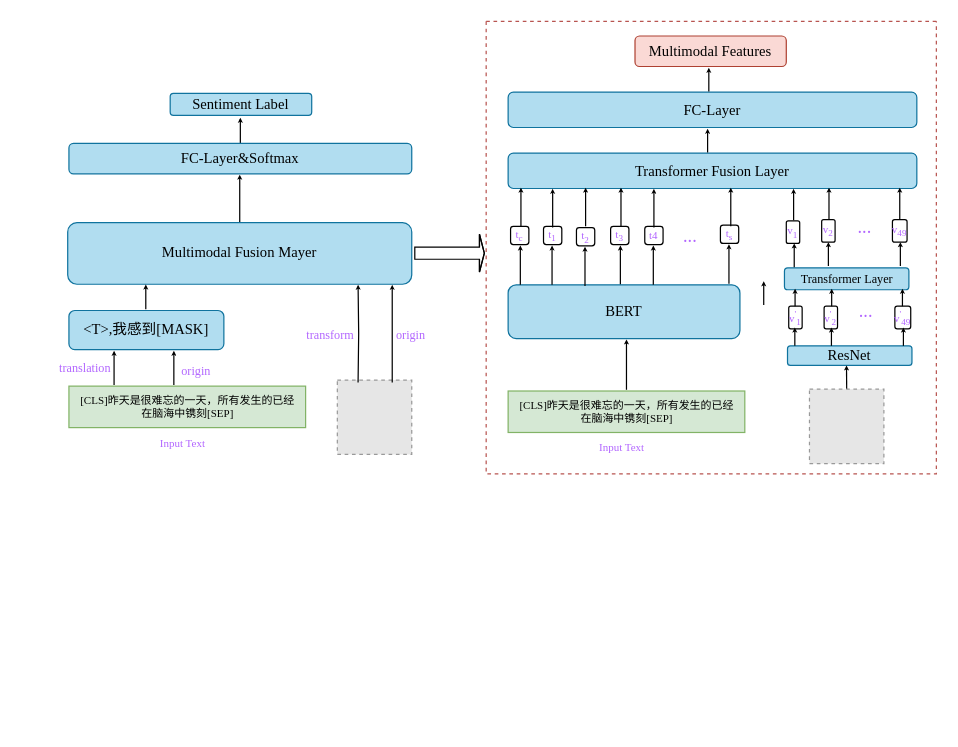
Above: 模型架构图.drawio in WindSearcher/draw_reposity (draw.io), before the change. Source tidied: cells renumbered, new cells numbered last; positions are measured from the earlier drawing's top-left corner, leaving out a move shared by most shapes. Both pictures are drawn from the tidied source at 122%, with x=0, y=0 at pixel (48, 21). Pictures stored in the file or linked from it are replaced by grey dashed boxes.
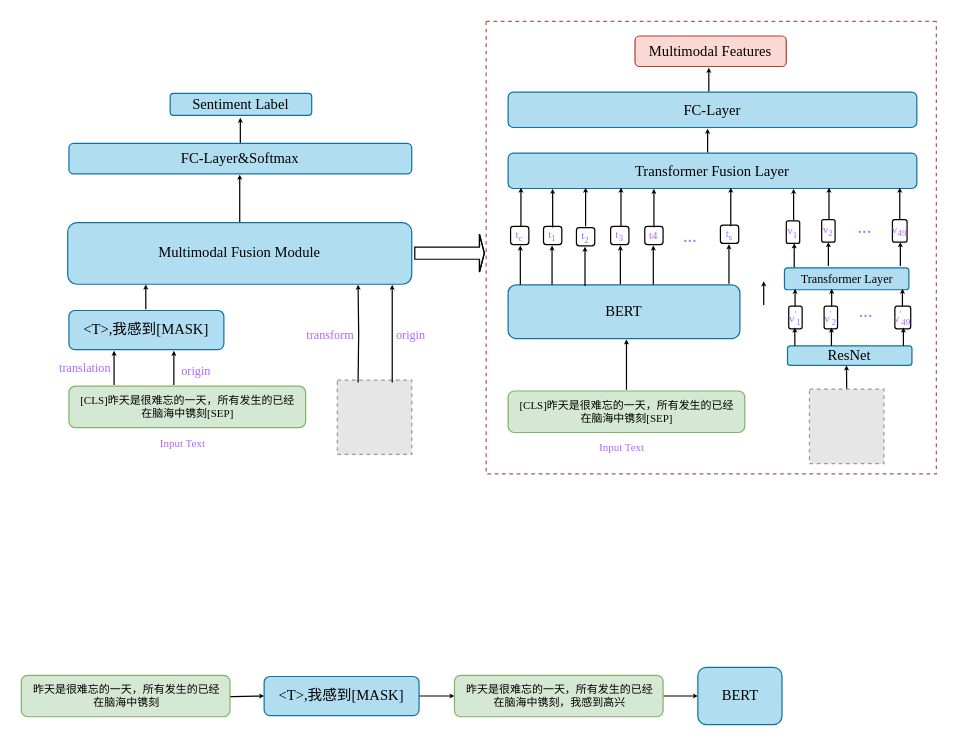
After the change.

Commit message:
模型架构图.drawio

The edit, as a diff of the source:
```diff
@@
-    <mxCell id="6" value="&lt;div style=&quot;font-size: 9px;&quot;&gt;&lt;font style=&quot;font-size: 9px;&quot;&gt;[CLS]昨天是很难忘的一天，所有发生的已经&lt;/font&gt;&lt;/div&gt;&lt;div style=&quot;font-size: 9px;&quot;&gt;&lt;font style=&quot;font-size: 9px;&quot;&gt;在脑海中镌刻[SEP]&lt;/font&gt;&lt;/div&gt;" style="text;html=1;align=center;verticalAlign=middle;fillColor=#d5e8d4;strokeColor=#82b366;rounded=0;fontFamily=Times New Roman;fontSize=9;" parent="1" vertex="1">
+    <mxCell id="6" value="&lt;div style=&quot;font-size: 9px;&quot;&gt;&lt;font style=&quot;font-size: 9px;&quot;&gt;[CLS]昨天是很难忘的一天，所有发生的已经&lt;/font&gt;&lt;/div&gt;&lt;div style=&quot;font-size: 9px;&quot;&gt;&lt;font style=&quot;font-size: 9px;&quot;&gt;在脑海中镌刻[SEP]&lt;/font&gt;&lt;/div&gt;" style="text;html=1;align=center;verticalAlign=middle;fillColor=#d5e8d4;strokeColor=#82b366;rounded=1;fontFamily=Times New Roman;fontSize=9;" parent="1" vertex="1">
       <mxGeometry x="377" y="303" width="194" height="34" as="geometry" />
     </mxCell>
@@
-    <mxCell id="56" value="&lt;font face=&quot;Times New Roman&quot;&gt;Multimodal Fusion Mayer&lt;/font&gt;" style="rounded=1;whiteSpace=wrap;html=1;fillColor=#b1ddf0;strokeColor=#10739e;" parent="1" vertex="1">
+    <mxCell id="56" value="&lt;font face=&quot;Times New Roman&quot;&gt;Multimodal Fusion Module&lt;/font&gt;" style="rounded=1;whiteSpace=wrap;html=1;fillColor=#b1ddf0;strokeColor=#10739e;" parent="1" vertex="1">
       <mxGeometry x="16" y="165" width="282" height="50.5" as="geometry" />
     </mxCell>
-    <mxCell id="57" value="&lt;div style=&quot;font-size: 9px;&quot;&gt;&lt;font style=&quot;font-size: 9px;&quot;&gt;[CLS]昨天是很难忘的一天，所有发生的已经&lt;/font&gt;&lt;/div&gt;&lt;div style=&quot;font-size: 9px;&quot;&gt;&lt;font style=&quot;font-size: 9px;&quot;&gt;在脑海中镌刻[SEP]&lt;/font&gt;&lt;/div&gt;" style="text;html=1;align=center;verticalAlign=middle;fillColor=#d5e8d4;strokeColor=#82b366;rounded=0;fontFamily=Times New Roman;fontSize=9;" parent="1" vertex="1">
+    <mxCell id="57" value="&lt;div style=&quot;font-size: 9px;&quot;&gt;&lt;font style=&quot;font-size: 9px;&quot;&gt;[CLS]昨天是很难忘的一天，所有发生的已经&lt;/font&gt;&lt;/div&gt;&lt;div style=&quot;font-size: 9px;&quot;&gt;&lt;font style=&quot;font-size: 9px;&quot;&gt;在脑海中镌刻[SEP]&lt;/font&gt;&lt;/div&gt;" style="text;html=1;align=center;verticalAlign=middle;fillColor=#d5e8d4;strokeColor=#82b366;rounded=1;fontFamily=Times New Roman;fontSize=9;" parent="1" vertex="1">
       <mxGeometry x="17" y="299" width="194" height="34" as="geometry" />
     </mxCell>
@@
+    <mxCell id="75" style="edgeStyle=orthogonalEdgeStyle;rounded=0;jumpSize=1;jettySize=auto;html=1;entryX=0;entryY=0.5;entryDx=0;entryDy=0;fontFamily=Times New Roman;fontSize=1;fontColor=#B266FF;startSize=1;endSize=1;" parent="1" edge="1" target="77">
+      <mxGeometry relative="1" as="geometry">
+        <mxPoint x="124" y="553" as="sourcePoint" />
+      </mxGeometry>
+    </mxCell>
+    <mxCell id="76" style="edgeStyle=orthogonalEdgeStyle;rounded=0;jumpSize=1;jettySize=auto;html=1;exitX=1;exitY=0.5;exitDx=0;exitDy=0;fontFamily=Times New Roman;fontSize=1;fontColor=#B266FF;startSize=1;endSize=1;" parent="1" edge="1" source="77" target="79">
+      <mxGeometry relative="1" as="geometry" />
+    </mxCell>
+    <mxCell id="77" value="&lt;font face=&quot;Times New Roman&quot;&gt;&amp;lt;T&amp;gt;,我感到[MASK]&lt;/font&gt;" style="rounded=1;whiteSpace=wrap;html=1;fillColor=#b1ddf0;strokeColor=#10739e;" parent="1" vertex="1">
+      <mxGeometry x="177" y="537" width="127" height="32" as="geometry" />
+    </mxCell>
+    <mxCell id="78" style="edgeStyle=orthogonalEdgeStyle;rounded=0;jumpSize=1;jettySize=auto;html=1;entryX=0;entryY=0.5;entryDx=0;entryDy=0;fontFamily=Times New Roman;fontSize=1;fontColor=#B266FF;startSize=1;endSize=1;" parent="1" edge="1" source="79" target="81">
+      <mxGeometry relative="1" as="geometry" />
+    </mxCell>
+    <mxCell id="79" value="&lt;div style=&quot;font-size: 9px;&quot;&gt;&lt;font style=&quot;font-size: 9px;&quot;&gt;昨天是很难忘的一天，所有发生的已经&lt;/font&gt;&lt;/div&gt;&lt;div style=&quot;font-size: 9px;&quot;&gt;&lt;font style=&quot;font-size: 9px;&quot;&gt;在脑海中镌刻，我感到高兴&lt;/font&gt;&lt;/div&gt;" style="text;html=1;align=center;verticalAlign=middle;points=[];fillColor=#d5e8d4;strokeColor=#82b366;rounded=1;fontFamily=Times New Roman;fontSize=9;" parent="1" vertex="1">
+      <mxGeometry x="333" y="536" width="171" height="34" as="geometry" />
+    </mxCell>
+    <mxCell id="80" value="&lt;div style=&quot;font-size: 9px;&quot;&gt;&lt;font style=&quot;font-size: 9px;&quot;&gt;昨天是很难忘的一天，所有发生的已经&lt;/font&gt;&lt;/div&gt;&lt;div style=&quot;font-size: 9px;&quot;&gt;&lt;font style=&quot;font-size: 9px;&quot;&gt;在脑海中镌刻&lt;/font&gt;&lt;/div&gt;" style="text;html=1;align=center;verticalAlign=middle;fillColor=#d5e8d4;strokeColor=#82b366;rounded=1;fontFamily=Times New Roman;fontSize=9;" parent="1" vertex="1">
+      <mxGeometry x="-22" y="536" width="171" height="34" as="geometry" />
+    </mxCell>
+    <mxCell id="81" value="&lt;font face=&quot;Times New Roman&quot;&gt;BERT&lt;/font&gt;" style="rounded=1;whiteSpace=wrap;html=1;fillColor=#b1ddf0;strokeColor=#10739e;" parent="1" vertex="1">
+      <mxGeometry x="532.5" y="529.5" width="69" height="47" as="geometry" />
+    </mxCell>
```
